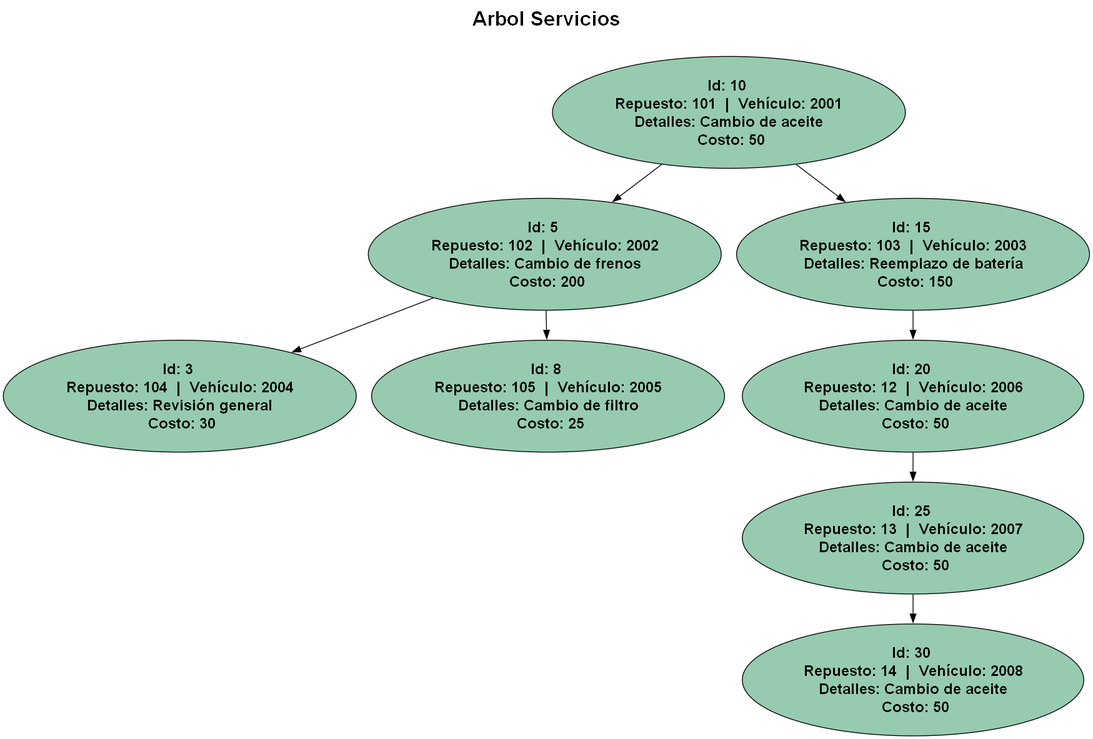
The Graphviz diagram Fase2/Reportes/servicios.png in Saloj17/-EDD-1S2025_201900081, before a commit. Its source is kept beside it as Fase2/Reportes/servicios.dot.
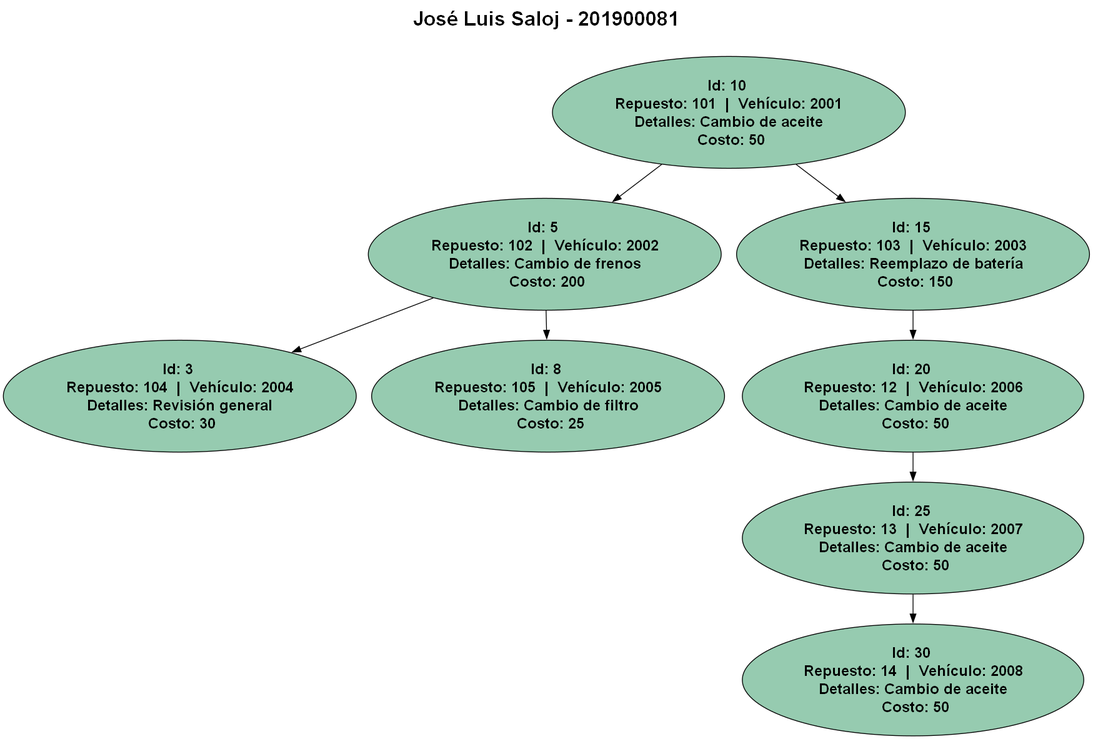
Above is the later version.

The edit, as a diff of the source:
```diff
@@ -1,5 +1,5 @@
 digraph G {
-label = "Arbol Servicios
+label = "José Luis Saloj - 201900081
 
 ";
 
```
